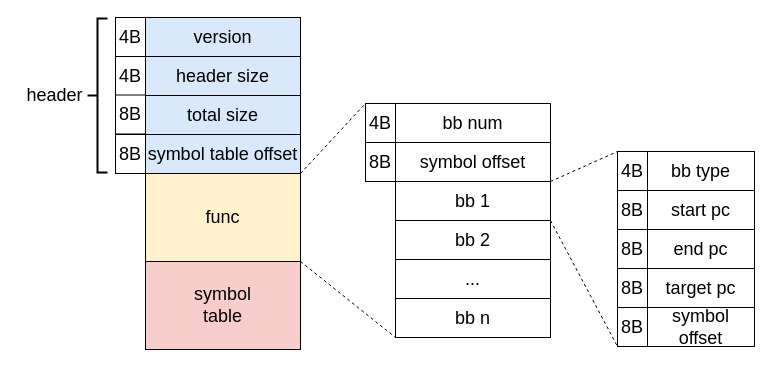
Earlier version of the draw.io diagram cfg 二进制布局设计.drawio (liyp1120/draw.io). Source tidied: cells renumbered, new cells numbered last; positions are measured from the earlier drawing's top-left corner, leaving out a move shared by most shapes. Both pictures are drawn from the tidied source at 100%, with x=0, y=0 at pixel (17, 17).
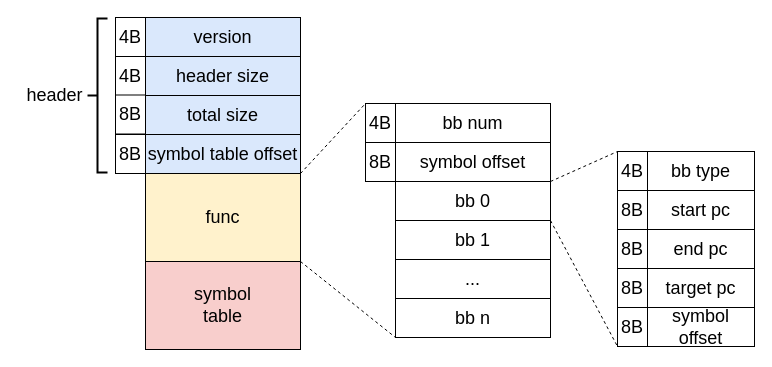
After the change.

Commit message:
更新cfg 二进制布局设计.drawio

What changed in the source:
```diff
@@
-    <mxCell id="10" value="&lt;font style=&quot;font-size: 18px;&quot;&gt;bb 1&lt;/font&gt;" style="rounded=0;whiteSpace=wrap;html=1;" parent="1" vertex="1">
+    <mxCell id="10" value="&lt;font style=&quot;font-size: 18px;&quot;&gt;bb 0&lt;/font&gt;" style="rounded=0;whiteSpace=wrap;html=1;" parent="1" vertex="1">
       <mxGeometry x="378" y="164" width="155" height="39" as="geometry" />
     </mxCell>
-    <mxCell id="11" value="&lt;font style=&quot;font-size: 18px;&quot;&gt;bb 2&lt;/font&gt;" style="rounded=0;whiteSpace=wrap;html=1;" parent="1" vertex="1">
+    <mxCell id="11" value="&lt;font style=&quot;font-size: 18px;&quot;&gt;bb 1&lt;/font&gt;" style="rounded=0;whiteSpace=wrap;html=1;" parent="1" vertex="1">
       <mxGeometry x="378" y="203" width="155" height="39" as="geometry" />
     </mxCell>
```
